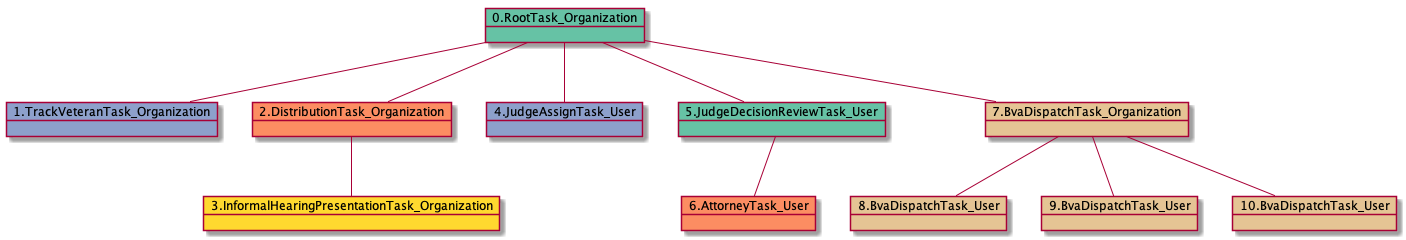
The PlantUML diagram docs-DR/uml/RTO.TVTO.DTO.IHPTO.JATU.JDRTU.ATU.BDTO-34538.png in yoomlam/graphing, before a commit.
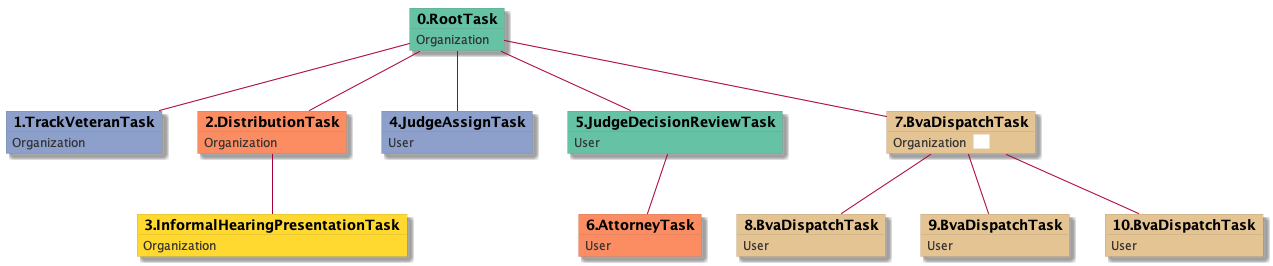
The same diagram one commit later.

Change to the diagram source:
```diff
@@ -1,23 +1,53 @@
 @startuml
-object 0.RootTask_Organization #66c2a5
-object 1.TrackVeteranTask_Organization #8da0cb
-object 2.DistributionTask_Organization #fc8d62
-object 3.InformalHearingPresentationTask_Organization #ffd92f
-object 4.JudgeAssignTask_User #8da0cb
-object 5.JudgeDecisionReviewTask_User #66c2a5
-object 6.AttorneyTask_User #fc8d62
-object 7.BvaDispatchTask_Organization #e5c494
-object 8.BvaDispatchTask_User #e5c494
-object 9.BvaDispatchTask_User #e5c494
-object 10.BvaDispatchTask_User #e5c494
-0.RootTask_Organization -- 1.TrackVeteranTask_Organization
-0.RootTask_Organization -- 2.DistributionTask_Organization
-2.DistributionTask_Organization -- 3.InformalHearingPresentationTask_Organization
-0.RootTask_Organization -- 4.JudgeAssignTask_User
-0.RootTask_Organization -- 5.JudgeDecisionReviewTask_User
-5.JudgeDecisionReviewTask_User -- 6.AttorneyTask_User
-0.RootTask_Organization -- 7.BvaDispatchTask_Organization
-7.BvaDispatchTask_Organization -- 8.BvaDispatchTask_User
-7.BvaDispatchTask_Organization -- 9.BvaDispatchTask_User
-7.BvaDispatchTask_Organization -- 10.BvaDispatchTask_User
+skinparam {
+  ObjectBorderColor #555
+  ObjectBorderThickness 0
+  ObjectFontStyle bold
+  ObjectFontSize 14
+  ObjectAttributeFontColor #333
+  ObjectAttributeFontSize 12
+}
+  object 0.RootTask #66c2a5 {
+Organization
+}
+  object 1.TrackVeteranTask #8da0cb {
+Organization
+}
+  object 2.DistributionTask #fc8d62 {
+Organization
+}
+  object 3.InformalHearingPresentationTask #ffd92f {
+Organization
+}
+  object 4.JudgeAssignTask #8da0cb {
+User
+}
+  object 5.JudgeDecisionReviewTask #66c2a5 {
+User
+}
+  object 6.AttorneyTask #fc8d62 {
+User
+}
+  object 7.BvaDispatchTask #e5c494 {
+Organization  <back:white>    </back>
+}
+  object 8.BvaDispatchTask #e5c494 {
+User
+}
+  object 9.BvaDispatchTask #e5c494 {
+User
+}
+  object 10.BvaDispatchTask #e5c494 {
+User
+}
+0.RootTask -- 1.TrackVeteranTask
+0.RootTask -- 2.DistributionTask
+2.DistributionTask -- 3.InformalHearingPresentationTask
+0.RootTask -- 4.JudgeAssignTask
+0.RootTask -- 5.JudgeDecisionReviewTask
+5.JudgeDecisionReviewTask -- 6.AttorneyTask
+0.RootTask -- 7.BvaDispatchTask
+7.BvaDispatchTask -- 8.BvaDispatchTask
+7.BvaDispatchTask -- 9.BvaDispatchTask
+7.BvaDispatchTask -- 10.BvaDispatchTask
 @enduml
```
